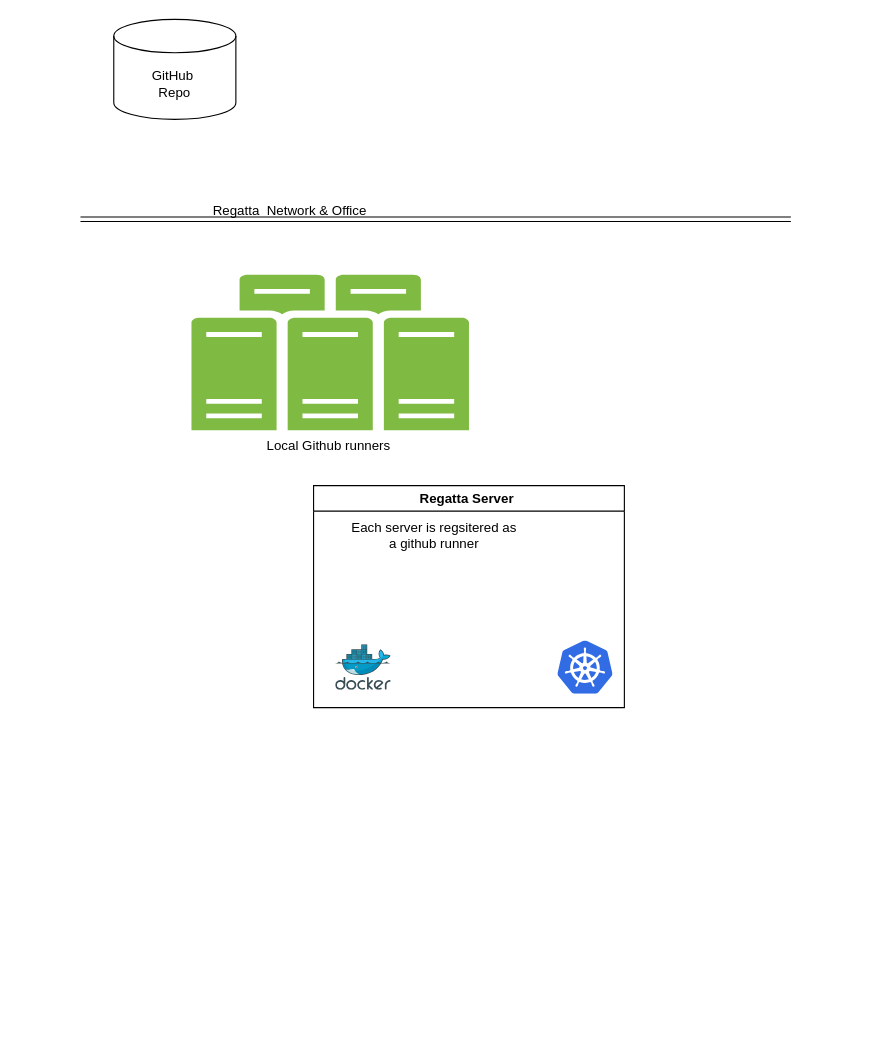
The draw.io diagram page "Components" (1 of 3) of timeline.drawio in orenevan/diagrams, before the edit. Source tidied: cells renumbered, new cells numbered last; positions are measured from the earlier drawing's top-left corner, leaving out a move shared by most shapes. Both pictures are drawn from the tidied source at 111%, with x=0, y=0 at pixel (80, 19).
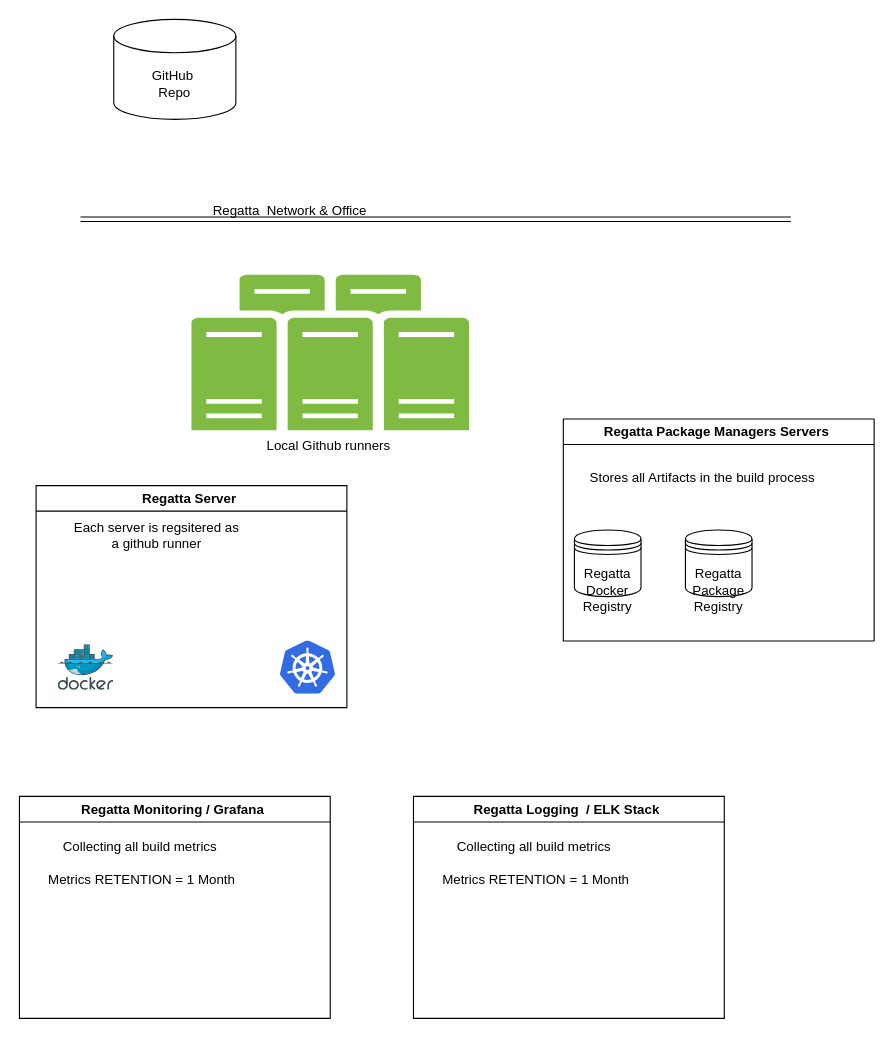
Above is the later version.

Change to the diagram source:
```diff
@@
 <mxGraphModel>
   <root>
     <mxCell id="0" />
     <mxCell id="1" parent="0" />
     <mxCell id="2" value="GitHub&amp;nbsp;&lt;br&gt;Repo" style="shape=cylinder3;whiteSpace=wrap;html=1;boundedLbl=1;backgroundOutline=1;size=15;" parent="1" vertex="1">
       <mxGeometry x="30" width="110" height="90" as="geometry" />
     </mxCell>
     <mxCell id="3" value="Local Github runners&amp;nbsp;" style="sketch=0;shadow=0;dashed=0;html=1;strokeColor=none;fillColor=#505050;labelPosition=center;verticalLabelPosition=bottom;verticalAlign=top;align=center;shape=mxgraph.office.servers.server_farm;fillColor=#7FBA42;" parent="1" vertex="1">
       <mxGeometry x="100" y="230" width="250" height="140" as="geometry" />
     </mxCell>
     <mxCell id="4" style="shape=link;html=1;rounded=0;" parent="1" edge="1">
       <mxGeometry relative="1" as="geometry">
         <mxPoint y="180" as="sourcePoint" />
         <mxPoint x="640" y="180" as="targetPoint" />
       </mxGeometry>
     </mxCell>
     <mxCell id="5" value="Regatta Server&amp;nbsp;" style="swimlane;whiteSpace=wrap;html=1;" parent="1" vertex="1">
-      <mxGeometry x="210" y="420" width="280" height="200" as="geometry" />
+      <mxGeometry x="-40" y="420" width="280" height="200" as="geometry" />
     </mxCell>
     <mxCell id="6" style="image;sketch=0;html=1;align=center;fontSize=12;image=img/lib/mscae/Docker.svg;" parent="5" vertex="1">
       <mxGeometry x="20" y="143.5" width="50" height="41" as="geometry" />
     </mxCell>
     <mxCell id="7" style="image;sketch=0;html=1;align=center;fontSize=12;image=img/lib/mscae/Kubernetes.svg;" parent="5" vertex="1">
       <mxGeometry x="220" y="140" width="50" height="48" as="geometry" />
     </mxCell>
     <mxCell id="8" value="Each server is regsitered as&amp;nbsp;&lt;br&gt;a github runner&amp;nbsp;" style="text;html=1;align=center;verticalAlign=middle;strokeColor=none;fillColor=none;" parent="5" vertex="1">
       <mxGeometry x="20" y="25" width="180" height="40" as="geometry" />
     </mxCell>
     <mxCell id="9" value="Regatta&amp;nbsp; Network &amp;amp; Office&amp;nbsp;" style="text;html=1;align=center;verticalAlign=middle;strokeColor=none;fillColor=none;" parent="1" vertex="1">
       <mxGeometry x="105" y="158" width="170" height="30" as="geometry" />
     </mxCell>
+    <mxCell id="10" value="Regatta Package Managers Servers&amp;nbsp;" style="swimlane;whiteSpace=wrap;html=1;" parent="1" vertex="1">
+      <mxGeometry x="435" y="360" width="280" height="200" as="geometry" />
+    </mxCell>
+    <mxCell id="11" value="&lt;br&gt;&lt;br&gt;Regatta Docker Registry&lt;br&gt;" style="shape=datastore;whiteSpace=wrap;html=1;" parent="10" vertex="1">
+      <mxGeometry x="10" y="100" width="60" height="60" as="geometry" />
+    </mxCell>
+    <mxCell id="12" value="&lt;br&gt;&lt;br&gt;Regatta Package Registry" style="shape=datastore;whiteSpace=wrap;html=1;" parent="10" vertex="1">
+      <mxGeometry x="110" y="100" width="60" height="60" as="geometry" />
+    </mxCell>
+    <mxCell id="13" value="Stores all Artifacts in the build process" style="text;html=1;align=center;verticalAlign=middle;strokeColor=none;fillColor=none;" parent="10" vertex="1">
+      <mxGeometry x="10" y="38" width="230" height="30" as="geometry" />
+    </mxCell>
+    <mxCell id="14" value="Regatta Monitoring / Grafana&amp;nbsp;" style="swimlane;whiteSpace=wrap;html=1;" parent="1" vertex="1">
+      <mxGeometry x="-55" y="700" width="280" height="200" as="geometry" />
+    </mxCell>
+    <mxCell id="15" value="Collecting all build metrics&amp;nbsp;&lt;br&gt;&lt;br&gt;Metrics RETENTION = 1 Month" style="text;html=1;align=center;verticalAlign=middle;strokeColor=none;fillColor=none;" parent="14" vertex="1">
+      <mxGeometry x="15" y="30" width="190" height="60" as="geometry" />
+    </mxCell>
+    <mxCell id="16" value="Regatta Logging&amp;nbsp; / ELK Stack&amp;nbsp;" style="swimlane;whiteSpace=wrap;html=1;" parent="1" vertex="1">
+      <mxGeometry x="300" y="700" width="280" height="200" as="geometry" />
+    </mxCell>
+    <mxCell id="17" value="Collecting all build metrics&amp;nbsp;&lt;br&gt;&lt;br&gt;Metrics RETENTION = 1 Month" style="text;html=1;align=center;verticalAlign=middle;strokeColor=none;fillColor=none;" parent="16" vertex="1">
+      <mxGeometry x="15" y="30" width="190" height="60" as="geometry" />
+    </mxCell>
   </root>
 </mxGraphModel>
```
